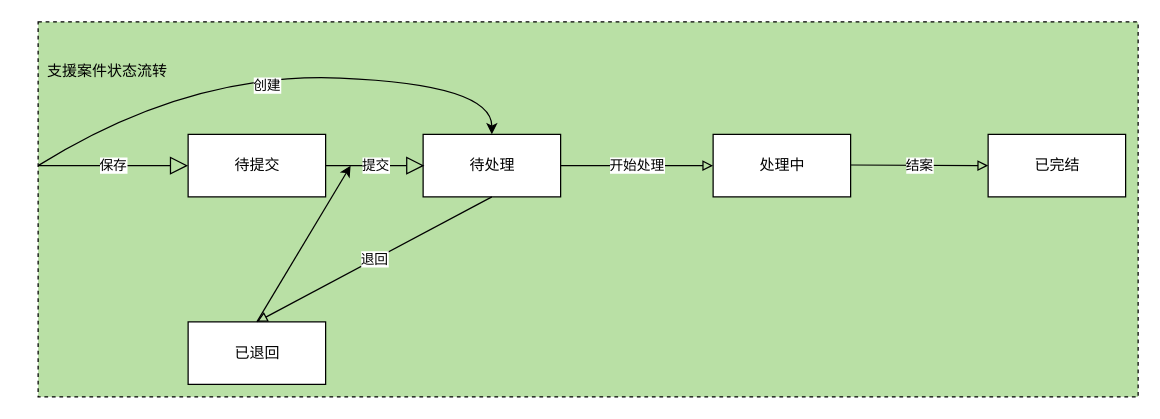
Earlier version of the draw.io diagram page "大小部屋事件设计" (8 of 11) of images/支援案件时序图.drawio (1132489442/designer). Source tidied: cells renumbered, new cells numbered last; positions are measured from the earlier drawing's top-left corner, leaving out a move shared by most shapes. Both pictures are drawn from the tidied source at 125%, with x=0, y=0 at pixel (38, 21).
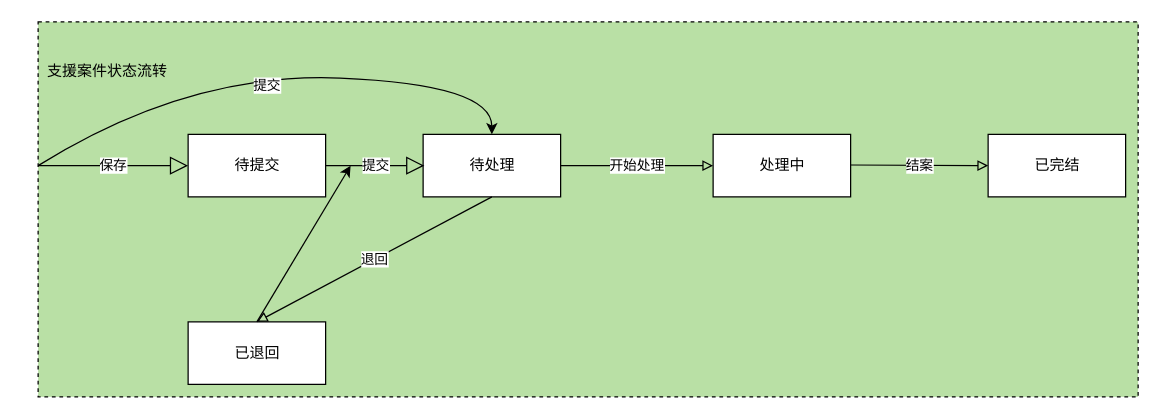
The same diagram, later.

Unchanged cells that the change refers to:
```xml
<mxCell id="14" style="curved=1;endArrow=classic;html=1;rounded=0;entryX=0.5;entryY=0;entryDx=0;entryDy=0;" parent="1" edge="1" target="3">
  <mxGeometry relative="1" as="geometry">
    <mxPoint y="115" as="sourcePoint" />
    <Array as="points">
      <mxPoint x="120" y="40" />
      <mxPoint x="363" y="50" />
    </Array>
  </mxGeometry>
</mxCell>
```

What changed in the source:
```diff
@@
-    <mxCell id="15" value="创建" style="edgeLabel;html=1;align=center;verticalAlign=middle;" parent="14" vertex="1">
+    <mxCell id="15" value="提交" style="edgeLabel;html=1;align=center;verticalAlign=middle;" parent="14" vertex="1">
       <mxGeometry x="-0.04" y="-7" relative="1" as="geometry">
         <mxPoint y="1" as="offset" />
       </mxGeometry>
     </mxCell>
```
